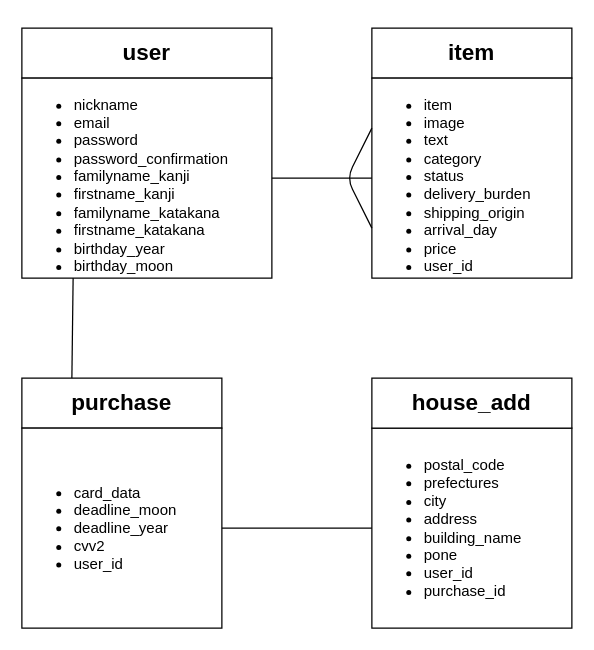
Above: furima.drawio in teruan777/furima_28422 (draw.io), before the change. Source tidied: cells renumbered, new cells numbered last; positions are measured from the earlier drawing's top-left corner, leaving out a move shared by most shapes. Both pictures are drawn from the tidied source at 125%, with x=0, y=0 at pixel (21, 28).
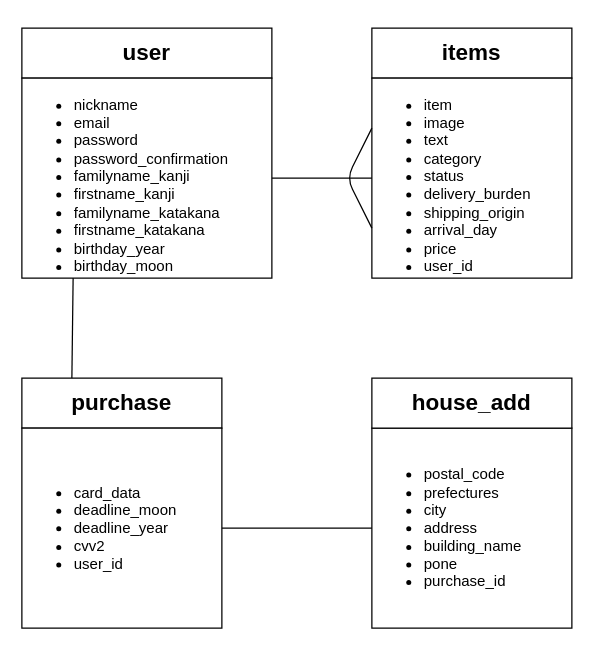
After the change.

Commit message (it also covers changes not shown here):
READMEにテーブル設計記述

Change to the diagram source:
```diff
@@
 <mxGraphModel>
   <root>
     <mxCell id="0" />
     <mxCell id="1" parent="0" />
     <mxCell id="2" style="rounded=0;whiteSpace=wrap;html=1;" parent="1" vertex="1">
       <mxGeometry x="280" y="320" width="160" height="160" as="geometry" />
     </mxCell>
     <mxCell id="3" value="&lt;h2&gt;user&lt;/h2&gt;" style="rounded=0;whiteSpace=wrap;html=1;" parent="1" vertex="1">
       <mxGeometry width="200" height="40" as="geometry" />
     </mxCell>
-    <mxCell id="4" value="&lt;h2&gt;item&lt;/h2&gt;" style="rounded=0;whiteSpace=wrap;html=1;" parent="1" vertex="1">
+    <mxCell id="4" value="&lt;h2&gt;items&lt;/h2&gt;" style="rounded=0;whiteSpace=wrap;html=1;" parent="1" vertex="1">
       <mxGeometry x="280" width="160" height="40" as="geometry" />
     </mxCell>
     <mxCell id="5" value="&lt;h2&gt;purchase&lt;/h2&gt;" style="rounded=0;whiteSpace=wrap;html=1;" parent="1" vertex="1">
       <mxGeometry y="280" width="160" height="40" as="geometry" />
     </mxCell>
     <mxCell id="6" value="&lt;h2&gt;house_add&lt;/h2&gt;" style="rounded=0;whiteSpace=wrap;html=1;" parent="1" vertex="1">
       <mxGeometry x="280" y="280" width="160" height="40" as="geometry" />
     </mxCell>
-    <mxCell id="7" value="&lt;ul&gt;&lt;li&gt;postal_code&lt;/li&gt;&lt;li&gt;prefectures&lt;/li&gt;&lt;li&gt;city&lt;/li&gt;&lt;li&gt;address&lt;/li&gt;&lt;li&gt;building_name&lt;/li&gt;&lt;li&gt;pone&lt;/li&gt;&lt;li&gt;user_id&lt;/li&gt;&lt;li&gt;purchase_id&lt;/li&gt;&lt;/ul&gt;" style="text;strokeColor=none;fillColor=none;html=1;whiteSpace=wrap;verticalAlign=middle;overflow=hidden;" parent="1" vertex="1">
+    <mxCell id="7" value="&lt;ul&gt;&lt;li&gt;postal_code&lt;/li&gt;&lt;li&gt;prefectures&lt;/li&gt;&lt;li&gt;city&lt;/li&gt;&lt;li&gt;address&lt;/li&gt;&lt;li&gt;building_name&lt;/li&gt;&lt;li&gt;pone&lt;/li&gt;&lt;li&gt;purchase_id&lt;/li&gt;&lt;/ul&gt;" style="text;strokeColor=none;fillColor=none;html=1;whiteSpace=wrap;verticalAlign=middle;overflow=hidden;" parent="1" vertex="1">
       <mxGeometry x="280" y="320" width="160" height="160" as="geometry" />
     </mxCell>
     <mxCell id="8" style="rounded=0;whiteSpace=wrap;html=1;" parent="1" vertex="1">
       <mxGeometry y="40" width="200" height="160" as="geometry" />
     </mxCell>
     <mxCell id="9" style="rounded=0;whiteSpace=wrap;html=1;" parent="1" vertex="1">
       <mxGeometry x="280" y="40" width="160" height="160" as="geometry" />
     </mxCell>
     <mxCell id="10" style="rounded=0;whiteSpace=wrap;html=1;" parent="1" vertex="1">
       <mxGeometry y="320" width="160" height="160" as="geometry" />
     </mxCell>
     <mxCell id="11" value="&lt;ul&gt;&lt;li&gt;nickname&lt;/li&gt;&lt;li&gt;email&lt;/li&gt;&lt;li&gt;password&lt;/li&gt;&lt;li&gt;password_confirmation&lt;/li&gt;&lt;li&gt;familyname_kanji&lt;/li&gt;&lt;li&gt;firstname_kanji&lt;/li&gt;&lt;li&gt;familyname_katakana&lt;/li&gt;&lt;li&gt;firstname_katakana&lt;/li&gt;&lt;li&gt;birthday_year&lt;/li&gt;&lt;li&gt;birthday_moon&lt;/li&gt;&lt;li&gt;birthday_day&lt;/li&gt;&lt;/ul&gt;" style="text;strokeColor=none;fillColor=none;html=1;whiteSpace=wrap;verticalAlign=middle;overflow=hidden;" parent="1" vertex="1">
       <mxGeometry y="40" width="200" height="160" as="geometry" />
     </mxCell>
     <mxCell id="12" value="&lt;ul&gt;&lt;li&gt;item&lt;/li&gt;&lt;li&gt;image&lt;/li&gt;&lt;li&gt;text&lt;/li&gt;&lt;li&gt;category&lt;/li&gt;&lt;li&gt;status&lt;/li&gt;&lt;li&gt;delivery_burden&lt;/li&gt;&lt;li&gt;shipping_origin&lt;/li&gt;&lt;li&gt;arrival_day&lt;/li&gt;&lt;li&gt;price&lt;/li&gt;&lt;li&gt;user_id&lt;/li&gt;&lt;/ul&gt;" style="text;strokeColor=none;fillColor=none;html=1;whiteSpace=wrap;verticalAlign=middle;overflow=hidden;" parent="1" vertex="1">
       <mxGeometry x="280" y="40" width="160" height="160" as="geometry" />
     </mxCell>
     <mxCell id="13" value="&lt;ul&gt;&lt;li&gt;card_data&lt;/li&gt;&lt;li&gt;deadline_moon&lt;/li&gt;&lt;li&gt;deadline_year&lt;/li&gt;&lt;li&gt;cvv2&lt;br&gt;&lt;/li&gt;&lt;li&gt;user_id&lt;/li&gt;&lt;/ul&gt;" style="text;strokeColor=none;fillColor=none;html=1;whiteSpace=wrap;verticalAlign=middle;overflow=hidden;" parent="1" vertex="1">
       <mxGeometry y="320" width="160" height="160" as="geometry" />
     </mxCell>
     <mxCell id="14" style="endArrow=none;html=1;exitX=1;exitY=0.5;exitDx=0;exitDy=0;entryX=0;entryY=0.5;entryDx=0;entryDy=0;" parent="1" edge="1" source="13" target="7">
       <mxGeometry relative="1" as="geometry" />
     </mxCell>
     <mxCell id="15" style="endArrow=none;html=1;exitX=1;exitY=0.5;exitDx=0;exitDy=0;entryX=0;entryY=0.5;entryDx=0;entryDy=0;" parent="1" edge="1" source="11" target="12">
       <mxGeometry relative="1" as="geometry" />
     </mxCell>
     <mxCell id="16" style="endArrow=none;html=1;entryX=0;entryY=0.75;entryDx=0;entryDy=0;exitX=0;exitY=0.25;exitDx=0;exitDy=0;" parent="1" edge="1" source="12" target="12">
       <mxGeometry relative="1" as="geometry">
         <Array as="points">
           <mxPoint x="260" y="120" />
         </Array>
       </mxGeometry>
     </mxCell>
     <mxCell id="17" style="endArrow=none;html=1;entryX=0.205;entryY=1;entryDx=0;entryDy=0;entryPerimeter=0;exitX=0.25;exitY=0;exitDx=0;exitDy=0;" parent="1" edge="1" source="5" target="11">
       <mxGeometry relative="1" as="geometry" />
     </mxCell>
   </root>
 </mxGraphModel>
```
